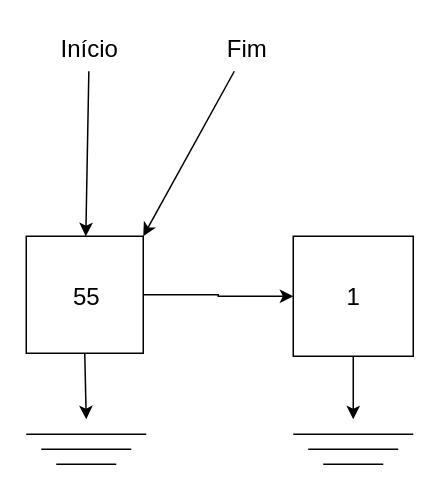
Earlier version of the draw.io diagram page "8" (8 of 16) of Fila.drawio (Lucas-Henrique-Lopes-Costa/estrutura-de-dados). Source tidied: cells renumbered, new cells numbered last; positions are measured from the earlier drawing's top-left corner, leaving out a move shared by most shapes. Both pictures are drawn from the tidied source at 150%, with x=0, y=0 at pixel (26, 26).
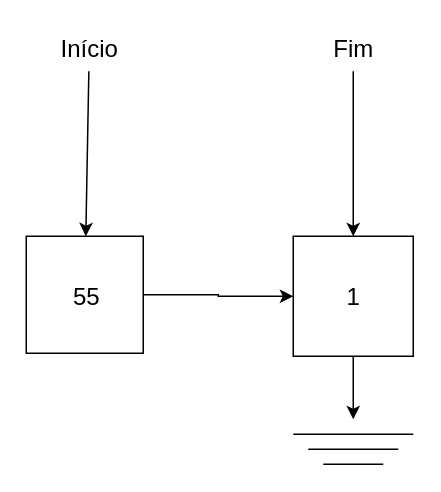
Above is the later version.

Unchanged cells that the change refers to:
```xml
<mxCell id="7" style="whiteSpace=wrap;html=1;" parent="6" vertex="1">
  <mxGeometry width="78" height="78" as="geometry" />
</mxCell>
<mxCell id="15" style="whiteSpace=wrap;html=1;" parent="14" vertex="1">
  <mxGeometry width="80" height="80" as="geometry" />
</mxCell>
```

What changed in the source:
```diff
@@
+    <mxCell id="23" style="edgeStyle=orthogonalEdgeStyle;rounded=0;jettySize=auto;html=1;entryX=0.5;entryY=0;entryDx=0;entryDy=0;" parent="1" edge="1" source="4" target="15">
+      <mxGeometry relative="1" as="geometry" />
+    </mxCell>
     <mxCell id="4" value="&lt;span style=&quot;font-size: 16px;&quot;&gt;Fim&lt;/span&gt;" style="text;html=1;align=center;verticalAlign=middle;points=[];strokeColor=none;fillColor=none;" parent="1" vertex="1">
-      <mxGeometry x="122" width="50" height="30" as="geometry" />
+      <mxGeometry x="193" width="50" height="30" as="geometry" />
     </mxCell>
-    <mxCell id="5" style="endArrow=classic;html=1;rounded=0;entryX=1;entryY=0;entryDx=0;entryDy=0;" parent="1" edge="1" source="4" target="7">
-      <mxGeometry relative="1" as="geometry" />
-    </mxCell>
@@
-    <mxCell id="9" style="endArrow=classic;html=1;rounded=0;exitX=0.5;exitY=1;exitDx=0;exitDy=0;" parent="1" edge="1" source="7">
-      <mxGeometry relative="1" as="geometry">
-        <mxPoint x="40" y="262" as="targetPoint" />
-      </mxGeometry>
-    </mxCell>
-    <mxCell id="10" style="group;" parent="1" vertex="1">
-      <mxGeometry y="272" width="80" height="20" as="geometry" />
-    </mxCell>
-    <mxCell id="11" style="endArrow=none;html=1;rounded=0;" parent="10" edge="1">
-      <mxGeometry relative="1" as="geometry">
-        <mxPoint as="sourcePoint" />
-        <mxPoint x="80" as="targetPoint" />
-      </mxGeometry>
-    </mxCell>
-    <mxCell id="12" style="endArrow=none;html=1;rounded=0;" parent="10" edge="1">
-      <mxGeometry relative="1" as="geometry">
-        <mxPoint x="10" y="10" as="sourcePoint" />
-        <mxPoint x="70" y="10" as="targetPoint" />
-      </mxGeometry>
-    </mxCell>
-    <mxCell id="13" style="endArrow=none;html=1;rounded=0;" parent="10" edge="1">
-      <mxGeometry relative="1" as="geometry">
-        <mxPoint x="20" y="20" as="sourcePoint" />
-        <mxPoint x="60" y="20" as="targetPoint" />
-      </mxGeometry>
-    </mxCell>
```
